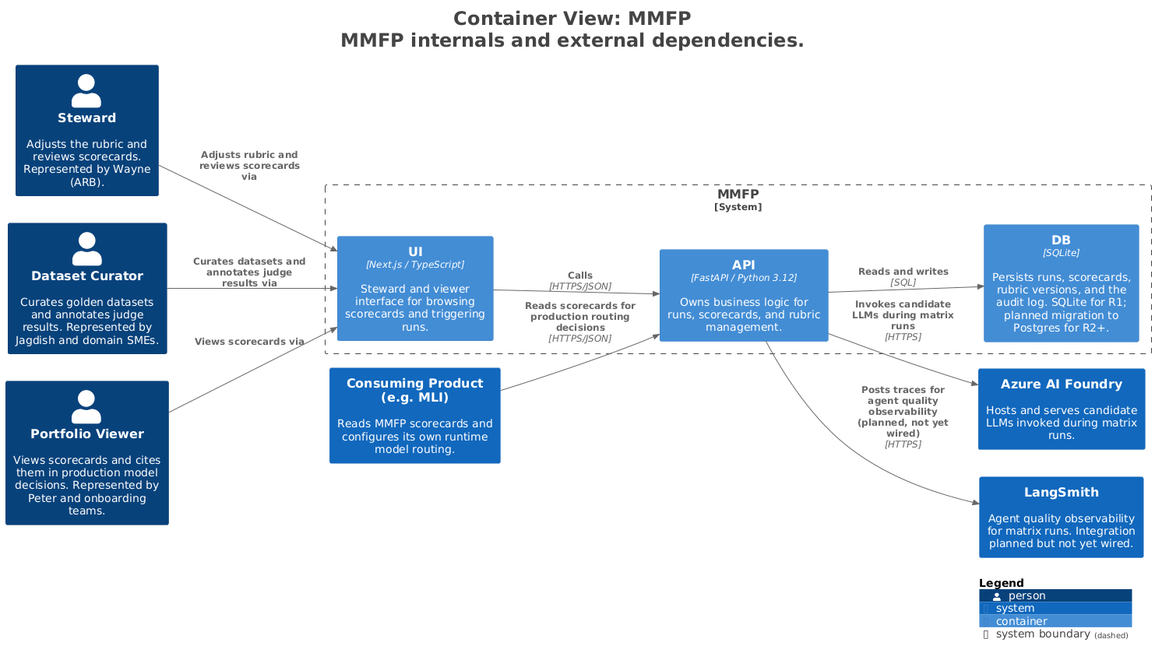
Above: docs/architecture/exports/png/structurizr-Containers.png in morae-product-engineering/model-fitness (PlantUML), before the change.
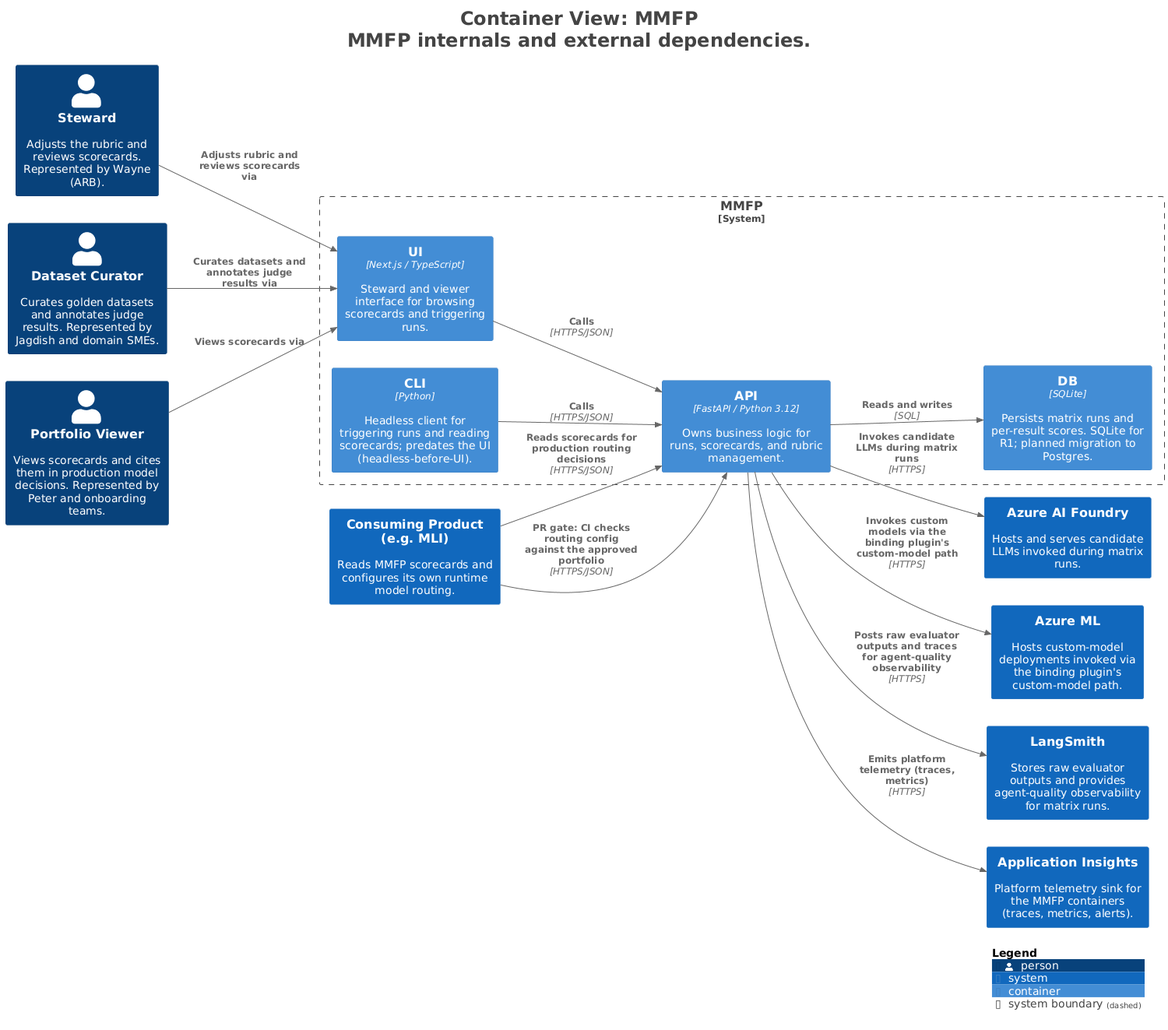
The same diagram one commit later.

Diff of the diagram source:
```diff
@@ -19,23 +19,30 @@
 Person(DatasetCurator, "Dataset Curator", $descr="Curates golden datasets and annotates judge results. Represented by Jagdish and domain SMEs.", $tags="", $link="")
 Person(PortfolioViewer, "Portfolio Viewer", $descr="Views scorecards and cites them in production model decisions. Represented by Peter and onboarding teams.", $tags="", $link="")
 System(AzureAIFoundry, "Azure AI Foundry", $descr="Hosts and serves candidate LLMs invoked during matrix runs.", $tags="", $link="")
+System(AzureML, "Azure ML", $descr="Hosts custom-model deployments invoked via the binding plugin's custom-model path.", $tags="", $link="")
 System(ConsumingProductegMLI, "Consuming Product (e.g. MLI)", $descr="Reads MMFP scorecards and configures its own runtime model routing.", $tags="", $link="")
-System(LangSmith, "LangSmith", $descr="Agent quality observability for matrix runs. Integration planned but not yet wired.", $tags="", $link="")
+System(LangSmith, "LangSmith", $descr="Stores raw evaluator outputs and provides agent-quality observability for matrix runs.", $tags="", $link="")
+System(ApplicationInsights, "Application Insights", $descr="Platform telemetry sink for the MMFP containers (traces, metrics, alerts).", $tags="", $link="")
 
 System_Boundary("MMFP_boundary", "MMFP", $tags="") {
   Container(MMFP.UI, "UI", $techn="Next.js / TypeScript", $descr="Steward and viewer interface for browsing scorecards and triggering runs.", $tags="", $link="")
+  Container(MMFP.CLI, "CLI", $techn="Python", $descr="Headless client for triggering runs and reading scorecards; predates the UI (headless-before-UI).", $tags="", $link="")
   Container(MMFP.API, "API", $techn="FastAPI / Python 3.12", $descr="Owns business logic for runs, scorecards, and rubric management.", $tags="", $link="")
-  Container(MMFP.DB, "DB", $techn="SQLite", $descr="Persists runs, scorecards, rubric versions, and the audit log. SQLite for R1; planned migration to Postgres for R2+.", $tags="", $link="")
+  Container(MMFP.DB, "DB", $techn="SQLite", $descr="Persists matrix runs and per-result scores. SQLite for R1; planned migration to Postgres.", $tags="", $link="")
 }
 
 Rel(MMFP.UI, MMFP.API, "Calls", $techn="HTTPS/JSON", $tags="", $link="")
+Rel(MMFP.CLI, MMFP.API, "Calls", $techn="HTTPS/JSON", $tags="", $link="")
 Rel(MMFP.API, MMFP.DB, "Reads and writes", $techn="SQL", $tags="", $link="")
 Rel(Steward, MMFP.UI, "Adjusts rubric and reviews scorecards via", $techn="", $tags="", $link="")
 Rel(DatasetCurator, MMFP.UI, "Curates datasets and annotates judge results via", $techn="", $tags="", $link="")
 Rel(PortfolioViewer, MMFP.UI, "Views scorecards via", $techn="", $tags="", $link="")
 Rel(MMFP.API, AzureAIFoundry, "Invokes candidate LLMs during matrix runs", $techn="HTTPS", $tags="", $link="")
+Rel(MMFP.API, AzureML, "Invokes custom models via the binding plugin's custom-model path", $techn="HTTPS", $tags="", $link="")
 Rel(ConsumingProductegMLI, MMFP.API, "Reads scorecards for production routing decisions", $techn="HTTPS/JSON", $tags="", $link="")
-Rel(MMFP.API, LangSmith, "Posts traces for agent quality observability (planned, not yet wired)", $techn="HTTPS", $tags="", $link="")
+Rel(ConsumingProductegMLI, MMFP.API, "PR gate: CI checks routing config against the approved portfolio", $techn="HTTPS/JSON", $tags="", $link="")
+Rel(MMFP.API, LangSmith, "Posts raw evaluator outputs and traces for agent-quality observability", $techn="HTTPS", $tags="", $link="")
+Rel(MMFP.API, ApplicationInsights, "Emits platform telemetry (traces, metrics)", $techn="HTTPS", $tags="", $link="")
 
 SHOW_LEGEND(true)
 hide stereotypes
```
